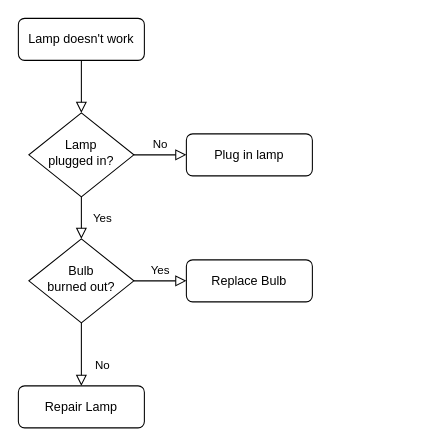
Earlier version of the draw.io diagram Диаграмма без названия.drawio (mironichev/www). Source tidied: cells renumbered, new cells numbered last; positions are measured from the earlier drawing's top-left corner, leaving out a move shared by most shapes. Both pictures are drawn from the tidied source at 105%, with x=0, y=0 at pixel (18, 18).
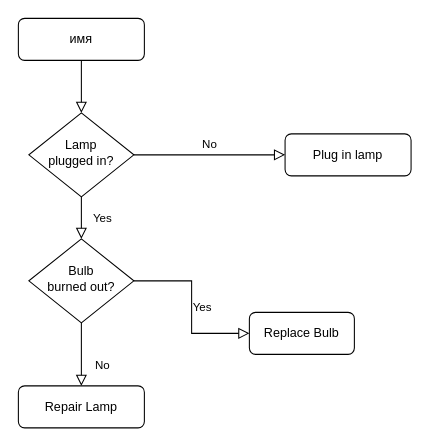
The same page after the edit.

Change to the diagram source:
```diff
@@
 <mxGraphModel>
   <root>
     <mxCell id="0" />
     <mxCell id="1" parent="0" />
     <mxCell id="2" style="rounded=0;html=1;jettySize=auto;fontSize=11;endArrow=block;endFill=0;endSize=8;strokeWidth=1;shadow=0;labelBackgroundColor=none;edgeStyle=orthogonalEdgeStyle;" parent="1" edge="1" source="3" target="6">
       <mxGeometry relative="1" as="geometry" />
     </mxCell>
-    <mxCell id="3" value="Lamp doesn't work" style="rounded=1;whiteSpace=wrap;html=1;fontSize=12;glass=0;strokeWidth=1;shadow=0;" parent="1" vertex="1">
+    <mxCell id="3" value="имя" style="rounded=1;whiteSpace=wrap;html=1;fontSize=12;glass=0;strokeWidth=1;shadow=0;" parent="1" vertex="1">
       <mxGeometry width="120" height="40" as="geometry" />
     </mxCell>
     <mxCell id="4" value="Yes" style="rounded=0;html=1;jettySize=auto;fontSize=11;endArrow=block;endFill=0;endSize=8;strokeWidth=1;shadow=0;labelBackgroundColor=none;edgeStyle=orthogonalEdgeStyle;" parent="1" edge="1" source="6" target="10">
       <mxGeometry y="20" relative="1" as="geometry" />
     </mxCell>
     <mxCell id="5" value="No" style="edgeStyle=orthogonalEdgeStyle;rounded=0;html=1;jettySize=auto;fontSize=11;endArrow=block;endFill=0;endSize=8;strokeWidth=1;shadow=0;labelBackgroundColor=none;" parent="1" edge="1" source="6" target="7">
       <mxGeometry y="10" relative="1" as="geometry" />
     </mxCell>
     <mxCell id="6" value="Lamp&lt;br&gt;plugged in?" style="rhombus;whiteSpace=wrap;html=1;shadow=0;fontFamily=Helvetica;fontSize=12;align=center;strokeWidth=1;spacing=6;spacingTop=-4;" parent="1" vertex="1">
       <mxGeometry x="10" y="90" width="100" height="80" as="geometry" />
     </mxCell>
     <mxCell id="7" value="Plug in lamp" style="rounded=1;whiteSpace=wrap;html=1;fontSize=12;glass=0;strokeWidth=1;shadow=0;" parent="1" vertex="1">
-      <mxGeometry x="160" y="110" width="120" height="40" as="geometry" />
+      <mxGeometry x="254" y="110" width="120" height="40" as="geometry" />
     </mxCell>
     <mxCell id="8" value="No" style="rounded=0;html=1;jettySize=auto;fontSize=11;endArrow=block;endFill=0;endSize=8;strokeWidth=1;shadow=0;labelBackgroundColor=none;edgeStyle=orthogonalEdgeStyle;" parent="1" edge="1" source="10" target="11">
       <mxGeometry x="0.33" y="20" relative="1" as="geometry" />
     </mxCell>
-    <mxCell id="9" value="Yes" style="edgeStyle=orthogonalEdgeStyle;rounded=0;html=1;jettySize=auto;fontSize=11;endArrow=block;endFill=0;endSize=8;strokeWidth=1;shadow=0;labelBackgroundColor=none;" parent="1" edge="1" source="10" target="12">
+    <mxCell id="9" value="Yes" style="edgeStyle=orthogonalEdgeStyle;rounded=0;html=1;jettySize=auto;fontSize=11;endArrow=block;endFill=0;endSize=8;strokeWidth=1;shadow=0;labelBackgroundColor=none;entryX=0;entryY=0.5;entryDx=0;entryDy=0;" parent="1" edge="1" source="10" target="12">
       <mxGeometry y="10" relative="1" as="geometry" />
     </mxCell>
     <mxCell id="10" value="Bulb&lt;br&gt;burned out?" style="rhombus;whiteSpace=wrap;html=1;shadow=0;fontFamily=Helvetica;fontSize=12;align=center;strokeWidth=1;spacing=6;spacingTop=-4;" parent="1" vertex="1">
       <mxGeometry x="10" y="210" width="100" height="80" as="geometry" />
     </mxCell>
     <mxCell id="11" value="Repair Lamp" style="rounded=1;whiteSpace=wrap;html=1;fontSize=12;glass=0;strokeWidth=1;shadow=0;" parent="1" vertex="1">
       <mxGeometry y="350" width="120" height="40" as="geometry" />
     </mxCell>
     <mxCell id="12" value="Replace Bulb" style="rounded=1;whiteSpace=wrap;html=1;fontSize=12;glass=0;strokeWidth=1;shadow=0;" parent="1" vertex="1">
-      <mxGeometry x="160" y="230" width="120" height="40" as="geometry" />
+      <mxGeometry x="220" y="280" width="100" height="40" as="geometry" />
     </mxCell>
   </root>
 </mxGraphModel>
```
